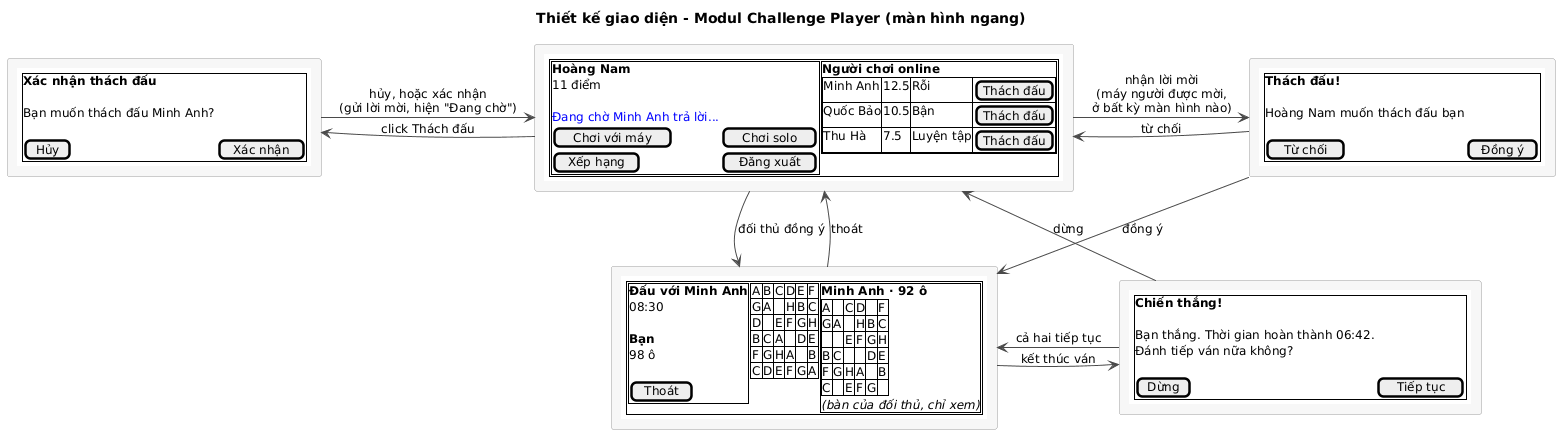
Before: docs/uml/pha3/ui-m3.png, a diagram exported from PlantUML (VattenL/mobile-pikachu).
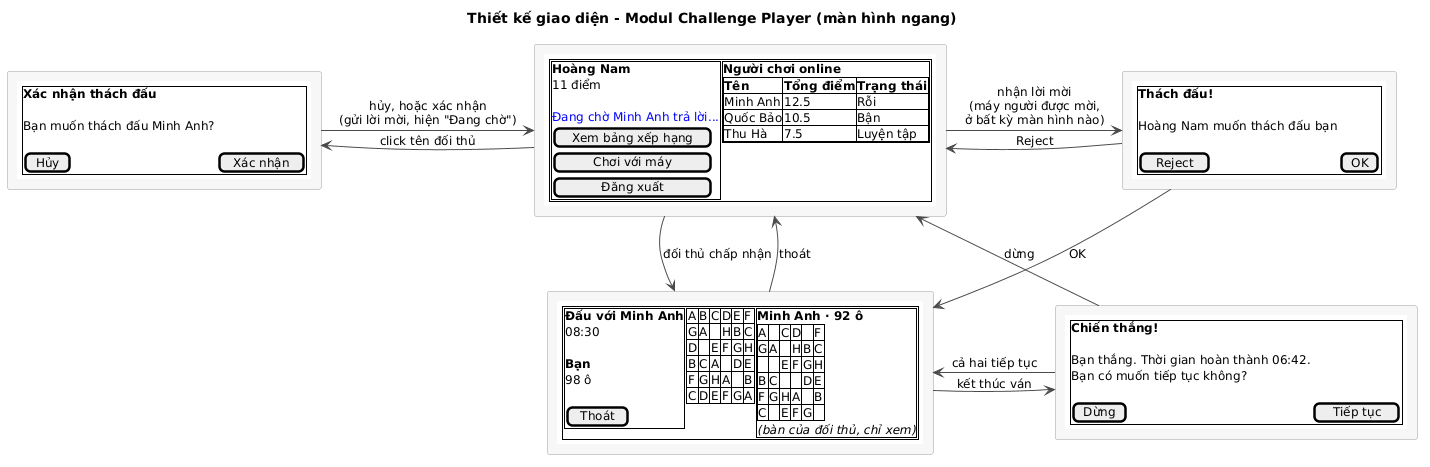
The same diagram one commit later.

Diff of the diagram source:
```diff
@@ -17,14 +17,16 @@
       11 điểm
       .
       <color:blue>Đang chờ Minh Anh trả lời...
-      [ Chơi với máy ] | [ Chơi solo ]
-      [ Xếp hạng ] | [ Đăng xuất ]
+      [ Xem bảng xếp hạng ]
+      [   Chơi với máy    ]
+      [     Đăng xuất     ]
     } | {+
       <b>Người chơi online
       {#
-        Minh Anh | 12.5 | Rỗi | [Thách đấu]
-        Quốc Bảo | 10.5 | Bận | [Thách đấu]
-        Thu Hà | 7.5 | Luyện tập | [Thách đấu]
+        <b>Tên | <b>Tổng điểm | <b>Trạng thái
+        Minh Anh | 12.5 | Rỗi
+        Quốc Bảo | 10.5 | Bận
+        Thu Hà | 7.5 | Luyện tập
       }
     } }
 }
@@ -50,7 +52,7 @@
   .
   Hoàng Nam muốn thách đấu bạn
   .
-  [ Từ chối ] | [ Đồng ý ]
+  [ Reject ] | [ OK ]
 }
 }}
 ]
@@ -95,19 +97,19 @@
   <b>Chiến thắng!
   .
   Bạn thắng. Thời gian hoàn thành 06:42.
-  Đánh tiếp ván nữa không?
+  Bạn có muốn tiếp tục không?
   .
   [ Dừng ] | [ Tiếp tục ]
 }
 }}
 ]
 
-Main -left-> Confirm : click Thách đấu
+Main -left-> Confirm : click tên đối thủ
 Confirm -right-> Main : hủy, hoặc xác nhận\n(gửi lời mời, hiện "Đang chờ")
 Main -right-> Invite : nhận lời mời\n(máy người được mời,\nở bất kỳ màn hình nào)
-Invite -left-> Main : từ chối
-Invite -down-> Match : đồng ý
-Main -down-> Match : đối thủ đồng ý
+Invite -left-> Main : Reject
+Invite -down-> Match : OK
+Main -down-> Match : đối thủ chấp nhận
 Match -right-> Result : kết thúc ván
 Result -up-> Match : cả hai tiếp tục
 Result -up-> Main : dừng
```
